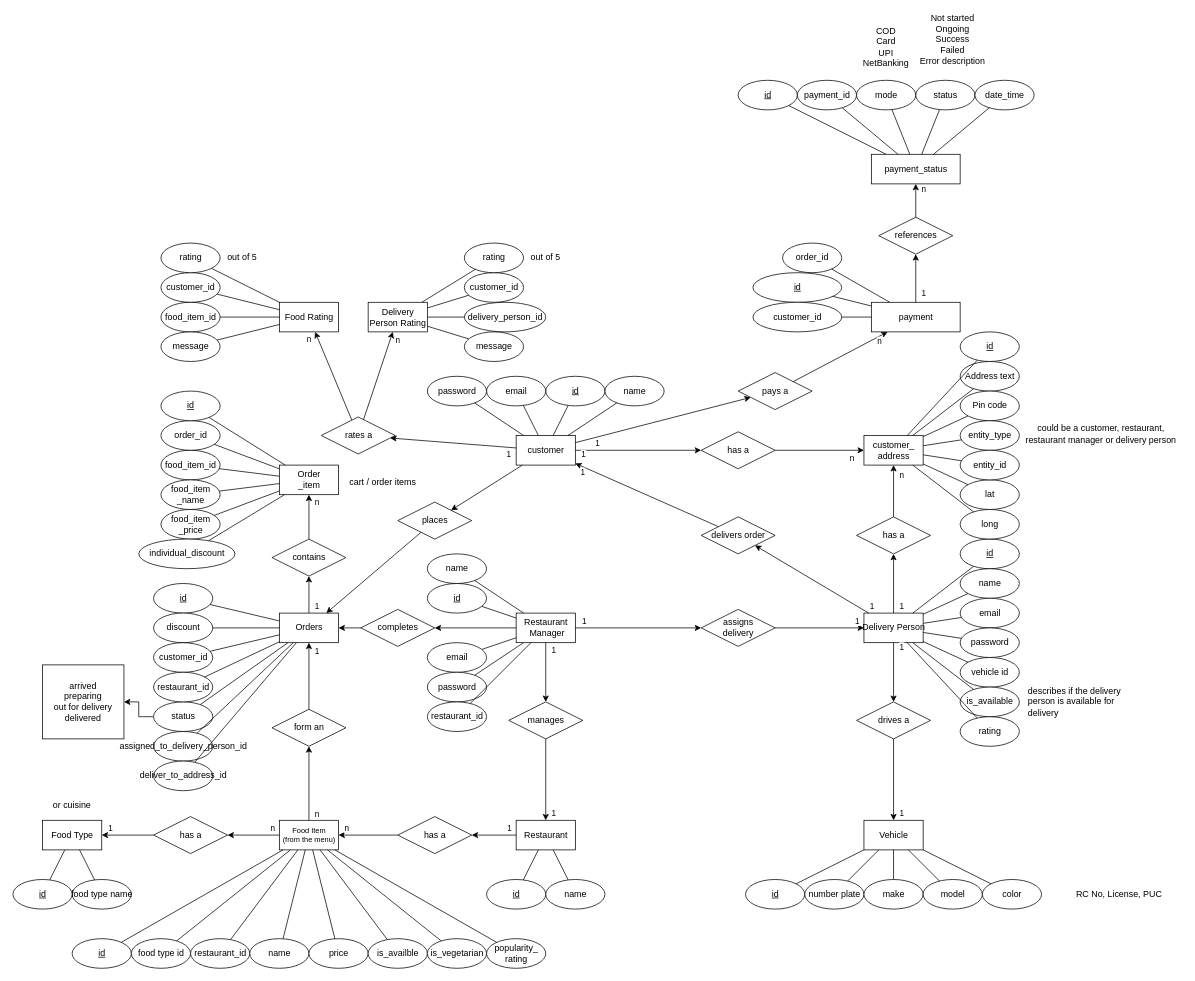
Earlier version of the draw.io diagram diagrams/ER/ER diagram.drawio (callofthewild/hunger-buzz). Source tidied: cells renumbered, new cells numbered last; positions are measured from the earlier drawing's top-left corner, leaving out a move shared by most shapes. Both pictures are drawn from the tidied source at 74%, with x=0, y=0 at pixel (13, 13).
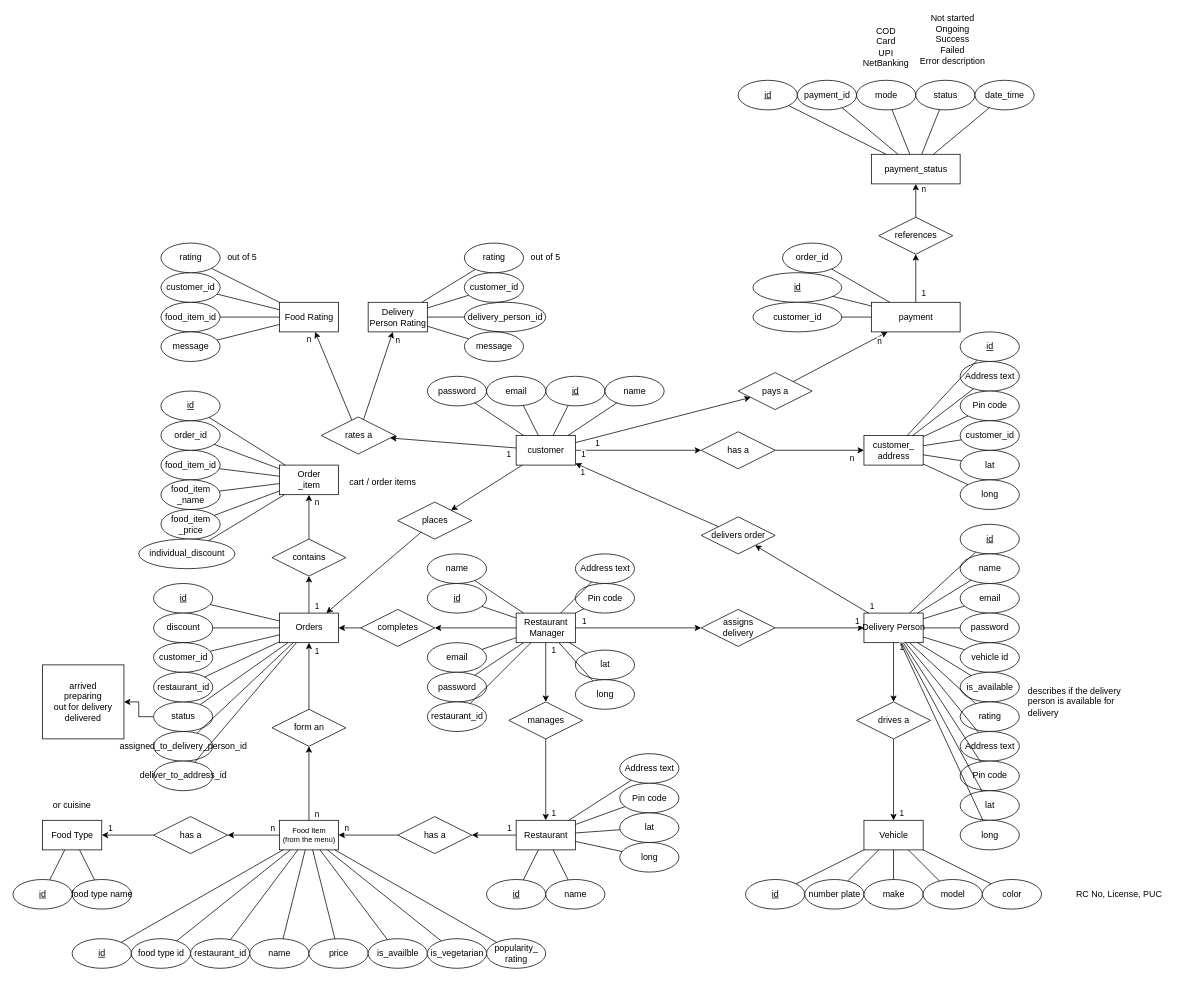
The same page after the edit.

Commit message:
Address Fix for Entities

Unchanged cells that the change refers to:
```xml
<mxCell id="7" value="&lt;div&gt;customer_&lt;/div&gt;&lt;div&gt;address&lt;/div&gt;" style="rounded=0;html=1;" parent="1" vertex="1">
  <mxGeometry x="1150" y="570" width="80" height="40" as="geometry" />
</mxCell>
<mxCell id="23" value="&lt;div&gt;Restaurant&lt;/div&gt;&amp;nbsp;Manager" style="rounded=0;html=1;" parent="1" vertex="1">
  <mxGeometry x="680" y="810" width="80" height="40" as="geometry" />
</mxCell>
<mxCell id="24" value="Delivery Person" style="rounded=0;html=1;" parent="1" vertex="1">
  <mxGeometry x="1150" y="810" width="80" height="40" as="geometry" />
</mxCell>
<mxCell id="89" value="Restaurant" style="rounded=0;html=1;" parent="1" vertex="1">
  <mxGeometry x="680" y="1090" width="80" height="40" as="geometry" />
</mxCell>
```

Diff of the diagram source:
```diff
@@
     <mxCell id="35" value="id" style="ellipse;html=1;align=center;fontStyle=4;" parent="1" vertex="1">
-      <mxGeometry x="1280" y="710" width="80" height="40" as="geometry" />
+      <mxGeometry x="1280" y="690" width="80" height="40" as="geometry" />
     </mxCell>
     <mxCell id="36" value="name" style="ellipse;html=1;align=center;" parent="1" vertex="1">
-      <mxGeometry x="1280" y="750" width="80" height="40" as="geometry" />
+      <mxGeometry x="1280" y="730" width="80" height="40" as="geometry" />
     </mxCell>
@@
     <mxCell id="39" value="email" style="ellipse;html=1;align=center;" parent="1" vertex="1">
-      <mxGeometry x="1280" y="790" width="80" height="40" as="geometry" />
+      <mxGeometry x="1280" y="770" width="80" height="40" as="geometry" />
     </mxCell>
     <mxCell id="40" value="password" style="ellipse;html=1;align=center;" parent="1" vertex="1">
-      <mxGeometry x="1280" y="830" width="80" height="40" as="geometry" />
+      <mxGeometry x="1280" y="810" width="80" height="40" as="geometry" />
     </mxCell>
     <mxCell id="41" value="vehicle id" style="ellipse;html=1;align=center;" parent="1" vertex="1">
-      <mxGeometry x="1280" y="870" width="80" height="40" as="geometry" />
+      <mxGeometry x="1280" y="850" width="80" height="40" as="geometry" />
     </mxCell>
@@
-    <mxCell id="51" style="endArrow=classic;html=1;rounded=0;endFill=1;" parent="1" edge="1" source="24" target="53">
-      <mxGeometry relative="1" as="geometry" />
-    </mxCell>
-    <mxCell id="52" value="1" style="edgeLabel;html=1;align=center;verticalAlign=middle;" parent="51" vertex="1">
-      <mxGeometry x="-0.9" relative="1" as="geometry">
-        <mxPoint x="10" y="-6" as="offset" />
-      </mxGeometry>
-    </mxCell>
-    <mxCell id="53" value="&lt;div&gt;has a&lt;/div&gt;" style="shape=rhombus;perimeter=rhombusPerimeter;html=1;align=center;" parent="1" vertex="1">
-      <mxGeometry x="1140" y="680" width="100" height="50" as="geometry" />
-    </mxCell>
-    <mxCell id="54" style="endArrow=classic;html=1;rounded=0;endFill=1;" parent="1" edge="1" source="53" target="7">
-      <mxGeometry relative="1" as="geometry" />
-    </mxCell>
-    <mxCell id="55" value="n" style="edgeLabel;html=1;align=center;verticalAlign=middle;" parent="54" vertex="1">
-      <mxGeometry x="0.63" relative="1" as="geometry">
-        <mxPoint x="10" as="offset" />
-      </mxGeometry>
-    </mxCell>
@@
-    <mxCell id="73" value="entity_type" style="ellipse;html=1;align=center;" parent="1" vertex="1">
-      <mxGeometry x="1280" y="550" width="80" height="40" as="geometry" />
-    </mxCell>
-    <mxCell id="74" value="&lt;div&gt;could be a customer, restaurant,&lt;/div&gt;&lt;div&gt;restaurant manager or delivery person&lt;br&gt;&lt;/div&gt;" style="text;html=1;strokeColor=none;fillColor=none;align=center;verticalAlign=middle;rounded=0;" parent="1" vertex="1">
-      <mxGeometry x="1380" y="545" width="180" height="45" as="geometry" />
-    </mxCell>
-    <mxCell id="75" style="endArrow=none;html=1;rounded=0;" parent="1" edge="1" source="7" target="73">
-      <mxGeometry relative="1" as="geometry" />
-    </mxCell>
@@
     <mxCell id="172" value="is_available" style="ellipse;html=1;align=center;" parent="1" vertex="1">
-      <mxGeometry x="1280" y="910" width="80" height="40" as="geometry" />
+      <mxGeometry x="1280" y="890" width="80" height="40" as="geometry" />
     </mxCell>
@@
     <mxCell id="217" value="lat" style="ellipse;html=1;align=center;" parent="1" vertex="1">
-      <mxGeometry x="1280" y="630" width="80" height="40" as="geometry" />
+      <mxGeometry x="1280" y="590" width="80" height="40" as="geometry" />
     </mxCell>
     <mxCell id="218" value="long" style="ellipse;html=1;align=center;" parent="1" vertex="1">
-      <mxGeometry x="1280" y="670" width="80" height="40" as="geometry" />
+      <mxGeometry x="1280" y="630" width="80" height="40" as="geometry" />
     </mxCell>
@@
-    <mxCell id="221" value="entity_id" style="ellipse;html=1;align=center;" parent="1" vertex="1">
-      <mxGeometry x="1280" y="590" width="80" height="40" as="geometry" />
+    <mxCell id="221" value="customer_id" style="ellipse;html=1;align=center;" parent="1" vertex="1">
+      <mxGeometry x="1280" y="550" width="80" height="40" as="geometry" />
     </mxCell>
@@
     <mxCell id="226" value="rating" style="ellipse;html=1;align=center;" parent="1" vertex="1">
-      <mxGeometry x="1280" y="950" width="80" height="40" as="geometry" />
+      <mxGeometry x="1280" y="930" width="80" height="40" as="geometry" />
     </mxCell>
@@
+    <mxCell id="238" value="Address text" style="ellipse;html=1;align=center;" parent="1" vertex="1">
+      <mxGeometry x="1280" y="970" width="80" height="40" as="geometry" />
+    </mxCell>
+    <mxCell id="239" value="Pin code" style="ellipse;html=1;align=center;" parent="1" vertex="1">
+      <mxGeometry x="1280" y="1010" width="80" height="40" as="geometry" />
+    </mxCell>
+    <mxCell id="240" value="lat" style="ellipse;html=1;align=center;" parent="1" vertex="1">
+      <mxGeometry x="1280" y="1050" width="80" height="40" as="geometry" />
+    </mxCell>
+    <mxCell id="241" value="long" style="ellipse;html=1;align=center;" parent="1" vertex="1">
+      <mxGeometry x="1280" y="1090" width="80" height="40" as="geometry" />
+    </mxCell>
+    <mxCell id="242" style="endArrow=none;html=1;rounded=0;" parent="1" edge="1" source="24" target="238">
+      <mxGeometry relative="1" as="geometry" />
+    </mxCell>
+    <mxCell id="243" style="endArrow=none;html=1;rounded=0;" parent="1" edge="1" source="24" target="239">
+      <mxGeometry relative="1" as="geometry" />
+    </mxCell>
+    <mxCell id="244" style="endArrow=none;html=1;rounded=0;" parent="1" edge="1" source="24" target="240">
+      <mxGeometry relative="1" as="geometry" />
+    </mxCell>
+    <mxCell id="245" style="endArrow=none;html=1;rounded=0;" parent="1" edge="1" source="24" target="241">
+      <mxGeometry relative="1" as="geometry" />
+    </mxCell>
+    <mxCell id="246" value="Address text" style="ellipse;html=1;align=center;" parent="1" vertex="1">
+      <mxGeometry x="760" y="730" width="80" height="40" as="geometry" />
+    </mxCell>
+    <mxCell id="247" value="Pin code" style="ellipse;html=1;align=center;" parent="1" vertex="1">
+      <mxGeometry x="760" y="770" width="80" height="40" as="geometry" />
+    </mxCell>
+    <mxCell id="248" value="lat" style="ellipse;html=1;align=center;" parent="1" vertex="1">
+      <mxGeometry x="760" y="860" width="80" height="40" as="geometry" />
+    </mxCell>
+    <mxCell id="249" value="long" style="ellipse;html=1;align=center;" parent="1" vertex="1">
+      <mxGeometry x="760" y="900" width="80" height="40" as="geometry" />
+    </mxCell>
+    <mxCell id="250" style="endArrow=none;html=1;rounded=0;" parent="1" edge="1" source="246" target="23">
+      <mxGeometry relative="1" as="geometry" />
+    </mxCell>
+    <mxCell id="251" style="endArrow=none;html=1;rounded=0;" parent="1" edge="1" source="247" target="23">
+      <mxGeometry relative="1" as="geometry" />
+    </mxCell>
+    <mxCell id="252" style="endArrow=none;html=1;rounded=0;" parent="1" edge="1" source="248" target="23">
+      <mxGeometry relative="1" as="geometry" />
+    </mxCell>
+    <mxCell id="253" style="endArrow=none;html=1;rounded=0;" parent="1" edge="1" source="249" target="23">
+      <mxGeometry relative="1" as="geometry" />
+    </mxCell>
+    <mxCell id="254" value="Address text" style="ellipse;html=1;align=center;" parent="1" vertex="1">
+      <mxGeometry x="820" y="1000" width="80" height="40" as="geometry" />
+    </mxCell>
+    <mxCell id="255" value="Pin code" style="ellipse;html=1;align=center;" parent="1" vertex="1">
+      <mxGeometry x="820" y="1040" width="80" height="40" as="geometry" />
+    </mxCell>
+    <mxCell id="256" value="lat" style="ellipse;html=1;align=center;" parent="1" vertex="1">
+      <mxGeometry x="820" y="1080" width="80" height="40" as="geometry" />
+    </mxCell>
+    <mxCell id="257" value="long" style="ellipse;html=1;align=center;" parent="1" vertex="1">
+      <mxGeometry x="820" y="1120" width="80" height="40" as="geometry" />
+    </mxCell>
+    <mxCell id="258" style="endArrow=none;html=1;rounded=0;" parent="1" edge="1" source="254" target="89">
+      <mxGeometry relative="1" as="geometry" />
+    </mxCell>
+    <mxCell id="259" style="endArrow=none;html=1;rounded=0;" parent="1" edge="1" source="255" target="89">
+      <mxGeometry relative="1" as="geometry" />
+    </mxCell>
+    <mxCell id="260" style="endArrow=none;html=1;rounded=0;" parent="1" edge="1" source="256" target="89">
+      <mxGeometry relative="1" as="geometry" />
+    </mxCell>
+    <mxCell id="261" style="endArrow=none;html=1;rounded=0;" parent="1" edge="1" source="257" target="89">
+      <mxGeometry relative="1" as="geometry" />
+    </mxCell>
```
